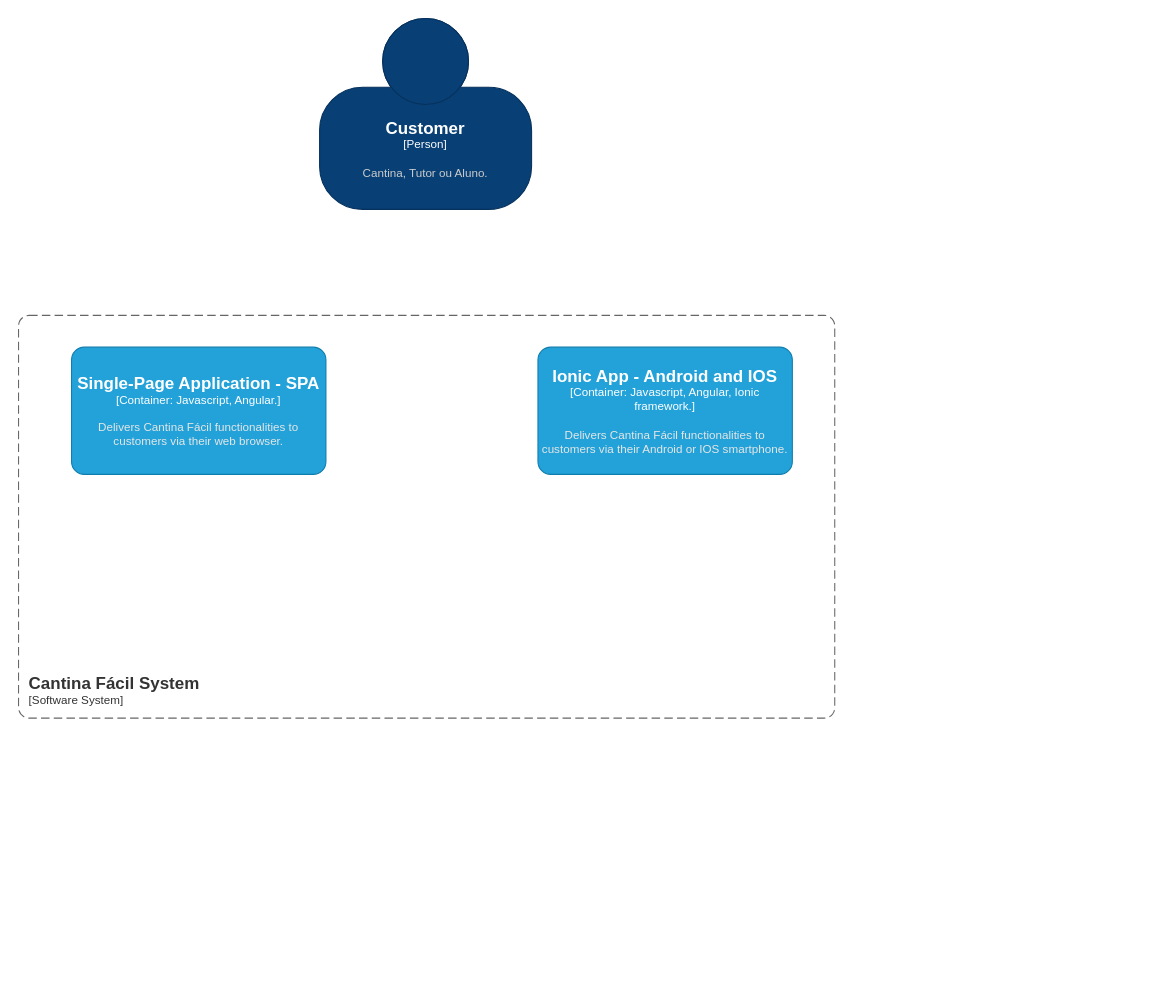
The draw.io diagram PI/c4-model.drawio in nilsondurval/Draw.IO, before the edit. Source tidied: cells renumbered, new cells numbered last; positions are measured from the earlier drawing's top-left corner, leaving out a move shared by most shapes. Both pictures are drawn from the tidied source at 106%, with x=0, y=0 at pixel (18, 18).
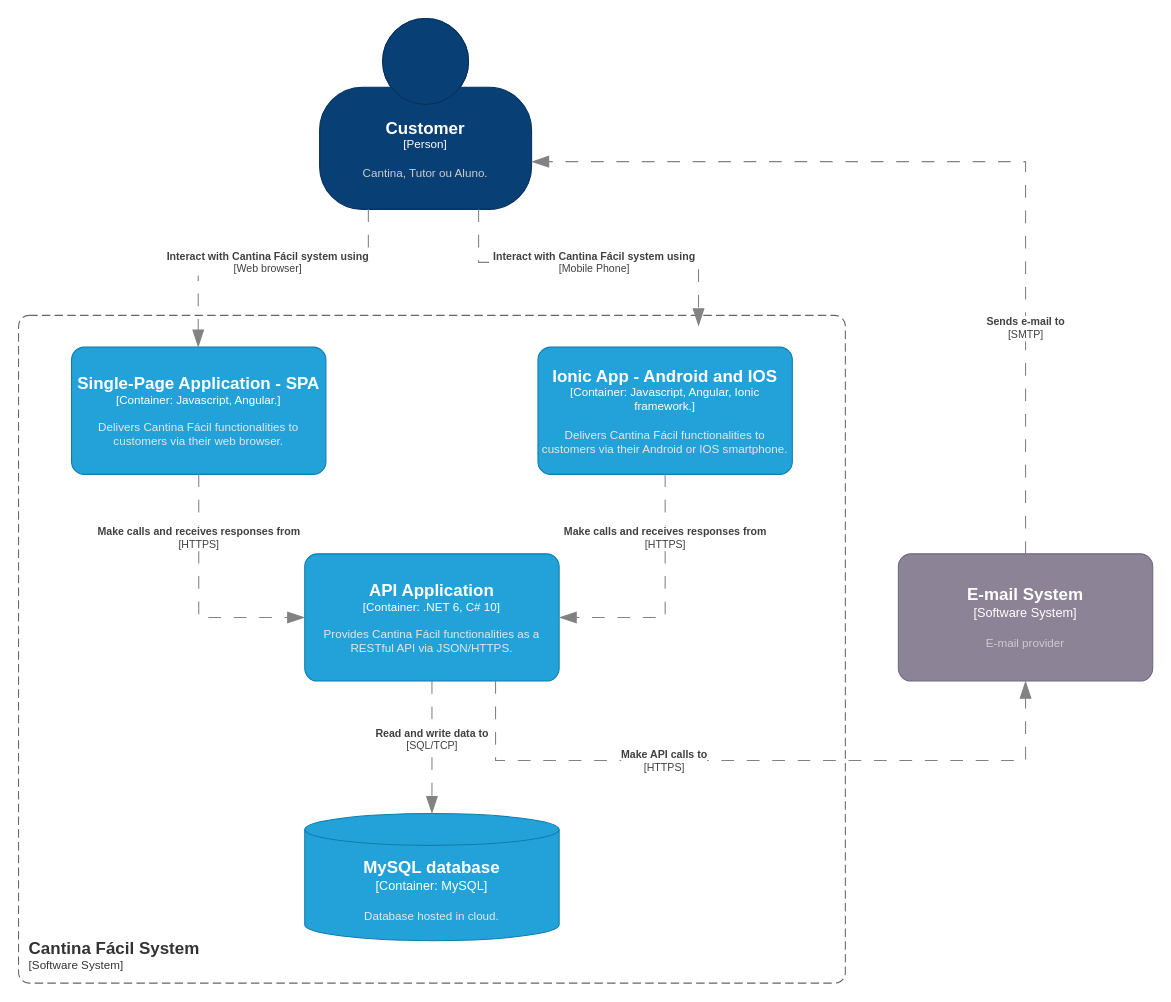
Above is the later version.

The change refers to these unchanged cells:
```xml
<object id="2" label="&lt;font style=&quot;font-size: 16px&quot;&gt;&lt;b&gt;%c4Name%&lt;/b&gt;&lt;/font&gt;&lt;div&gt;[%c4Type%]&lt;/div&gt;&lt;br&gt;&lt;div&gt;&lt;font style=&quot;font-size: 11px&quot;&gt;&lt;font color=&quot;#cccccc&quot;&gt;%c4Description%&lt;/font&gt;&lt;/div&gt;" c4Description="Cantina, Tutor ou Aluno." c4Name="Customer" c4Type="Person" placeholders="1">
  <mxCell style="html=1;fontSize=11;dashed=0;whiteSpace=wrap;fillColor=#083F75;strokeColor=#06315C;fontColor=#ffffff;shape=mxgraph.c4.person2;align=center;points=[[0.5,0,0],[1,0.5,0],[1,0.75,0],[0.75,1,0],[0.5,1,0],[0.25,1,0],[0,0.75,0],[0,0.5,0]];" parent="1" vertex="1">
    <mxGeometry x="284" width="200" height="180" as="geometry" />
  </mxCell>
</object>
<object id="4" label="&lt;font style=&quot;font-size: 16px&quot;&gt;&lt;b&gt;%c4Name%&lt;/b&gt;&lt;/font&gt;&lt;div&gt;[%c4Type%: %c4Technology%]&lt;/div&gt;&lt;br&gt;&lt;div&gt;&lt;font style=&quot;font-size: 11px&quot;&gt;&lt;font color=&quot;#E6E6E6&quot;&gt;%c4Description%&lt;/font&gt;&lt;/div&gt;" c4Description="Delivers Cantina Fácil functionalities to customers via their web browser." c4Name="Single-Page Application - SPA" c4Technology="Javascript, Angular." c4Type="Container" placeholders="1">
  <mxCell style="rounded=1;whiteSpace=wrap;html=1;fontSize=11;labelBackgroundColor=none;fillColor=#23A2D9;fontColor=#ffffff;align=center;arcSize=10;strokeColor=#0E7DAD;points=[[0.25,0,0],[0.5,0,0],[0.75,0,0],[1,0.25,0],[1,0.5,0],[1,0.75,0],[0.75,1,0],[0.5,1,0],[0.25,1,0],[0,0.75,0],[0,0.5,0],[0,0.25,0]];" parent="1" vertex="1">
    <mxGeometry x="50" y="310" width="240" height="120" as="geometry" />
  </mxCell>
</object>
<object id="5" label="&lt;font style=&quot;font-size: 16px&quot;&gt;&lt;b&gt;%c4Name%&lt;/b&gt;&lt;/font&gt;&lt;div&gt;[%c4Type%: %c4Technology%]&lt;/div&gt;&lt;br&gt;&lt;div&gt;&lt;font style=&quot;font-size: 11px&quot;&gt;&lt;font color=&quot;#E6E6E6&quot;&gt;%c4Description%&lt;/font&gt;&lt;/div&gt;" c4Description="Delivers Cantina Fácil functionalities to customers via their Android or IOS smartphone." c4Name="Ionic App - Android and IOS" c4Technology="Javascript, Angular, Ionic framework." c4Type="Container" placeholders="1">
  <mxCell style="rounded=1;whiteSpace=wrap;html=1;fontSize=11;labelBackgroundColor=none;fillColor=#23A2D9;fontColor=#ffffff;align=center;arcSize=10;strokeColor=#0E7DAD;points=[[0.25,0,0],[0.5,0,0],[0.75,0,0],[1,0.25,0],[1,0.5,0],[1,0.75,0],[0.75,1,0],[0.5,1,0],[0.25,1,0],[0,0.75,0],[0,0.5,0],[0,0.25,0]];" parent="1" vertex="1">
    <mxGeometry x="490" y="310" width="240" height="120" as="geometry" />
  </mxCell>
</object>
```

The edit, as a diff of the source:
```diff
@@
     <object id="3" label="&lt;font style=&quot;font-size: 16px&quot;&gt;&lt;b&gt;&lt;div style=&quot;text-align: left&quot;&gt;%c4Name%&lt;/div&gt;&lt;/b&gt;&lt;/font&gt;&lt;div style=&quot;text-align: left&quot;&gt;[%c4Application%]&lt;/div&gt;" c4Application="Software System" c4Name="Cantina Fácil System" placeholders="1">
       <mxCell style="rounded=1;fontSize=11;whiteSpace=wrap;html=1;dashed=1;arcSize=20;fillColor=none;strokeColor=#666666;fontColor=#333333;labelBackgroundColor=none;align=left;verticalAlign=bottom;labelBorderColor=none;spacingTop=0;spacing=10;dashPattern=8 4;perimeter=rectanglePerimeter;noLabel=0;labelPadding=0;absoluteArcSize=1;" parent="1" vertex="1">
-        <mxGeometry y="280" width="770" height="380" as="geometry" />
+        <mxGeometry y="280" width="780" height="630" as="geometry" />
       </mxCell>
     </object>
@@
+    <object id="6" label="&lt;font style=&quot;font-size: 16px&quot;&gt;&lt;b&gt;%c4Name%&lt;/b&gt;&lt;/font&gt;&lt;div&gt;[%c4Type%: %c4Technology%]&lt;/div&gt;&lt;br&gt;&lt;div&gt;&lt;font style=&quot;font-size: 11px&quot;&gt;&lt;font color=&quot;#E6E6E6&quot;&gt;%c4Description%&lt;/font&gt;&lt;/div&gt;" c4Description="Provides Cantina Fácil functionalities as a RESTful API via JSON/HTTPS." c4Name="API Application" c4Technology=".NET 6, C# 10" c4Type="Container" placeholders="1">
+      <mxCell style="rounded=1;whiteSpace=wrap;html=1;fontSize=11;labelBackgroundColor=none;fillColor=#23A2D9;fontColor=#ffffff;align=center;arcSize=10;strokeColor=#0E7DAD;points=[[0.25,0,0],[0.5,0,0],[0.75,0,0],[1,0.25,0],[1,0.5,0],[1,0.75,0],[0.75,1,0],[0.5,1,0],[0.25,1,0],[0,0.75,0],[0,0.5,0],[0,0.25,0]];" parent="1" vertex="1">
+        <mxGeometry x="270" y="505" width="240" height="120" as="geometry" />
+      </mxCell>
+    </object>
+    <object id="7" label="&lt;font style=&quot;font-size: 16px&quot;&gt;&lt;b&gt;%c4Type%&lt;/b&gt;&lt;/font&gt;&lt;div&gt;[%c4Container%:&amp;nbsp;%c4Technology%]&lt;/div&gt;&lt;br&gt;&lt;div&gt;&lt;font style=&quot;font-size: 11px&quot;&gt;&lt;font color=&quot;#E6E6E6&quot;&gt;%c4Description%&lt;/font&gt;&lt;/div&gt;" c4Container="Container" c4Description="Database hosted in cloud." c4Technology="MySQL" c4Type="MySQL database" placeholders="1">
+      <mxCell style="shape=cylinder3;size=15;whiteSpace=wrap;html=1;boundedLbl=1;rounded=0;labelBackgroundColor=none;fillColor=#23A2D9;fontSize=12;fontColor=#ffffff;align=center;strokeColor=#0E7DAD;points=[[0.5,0,0],[1,0.25,0],[1,0.5,0],[1,0.75,0],[0.5,1,0],[0,0.75,0],[0,0.5,0],[0,0.25,0]];" parent="1" vertex="1">
+        <mxGeometry x="270" y="750" width="240" height="120" as="geometry" />
+      </mxCell>
+    </object>
+    <object id="8" label="&lt;div style=&quot;text-align: left&quot;&gt;&lt;div style=&quot;text-align: center&quot;&gt;&lt;b&gt;%c4Description%&lt;/b&gt;&lt;/div&gt;&lt;div style=&quot;text-align: center&quot;&gt;[%c4Technology%]&lt;/div&gt;&lt;/div&gt;" c4Description="Interact with Cantina Fácil system using" c4Technology="Web browser" placeholders="1">
+      <mxCell style="endArrow=blockThin;html=1;fontSize=10;fontColor=#404040;strokeWidth=1;endFill=1;strokeColor=#828282;elbow=vertical;endSize=14;startSize=14;jumpStyle=arc;jumpSize=16;rounded=0;edgeStyle=orthogonalEdgeStyle;dashed=1;dashPattern=12 12;" parent="1" edge="1" source="2">
+        <mxGeometry relative="1" as="geometry">
+          <mxPoint x="169.5" y="310" as="targetPoint" />
+          <Array as="points">
+            <mxPoint x="330" y="230" />
+            <mxPoint x="170" y="230" />
+          </Array>
+        </mxGeometry>
+      </mxCell>
+    </object>
+    <object id="9" label="&lt;div style=&quot;text-align: left&quot;&gt;&lt;div style=&quot;text-align: center&quot;&gt;&lt;b&gt;%c4Description%&lt;/b&gt;&lt;/div&gt;&lt;div style=&quot;text-align: center&quot;&gt;[%c4Technology%]&lt;/div&gt;&lt;/div&gt;" c4Description="Interact with Cantina Fácil system using" c4Technology="Mobile Phone" placeholders="1">
+      <mxCell style="endArrow=blockThin;html=1;fontSize=10;fontColor=#404040;strokeWidth=1;endFill=1;strokeColor=#828282;elbow=vertical;endSize=14;startSize=14;jumpStyle=arc;jumpSize=16;rounded=0;edgeStyle=orthogonalEdgeStyle;dashed=1;dashPattern=12 12;exitX=0.75;exitY=1;exitDx=0;exitDy=0;exitPerimeter=0;" parent="1" edge="1" source="2">
+        <mxGeometry relative="1" as="geometry">
+          <mxPoint x="641.5" y="290" as="targetPoint" />
+          <Array as="points">
+            <mxPoint x="434" y="230" />
+            <mxPoint x="642" y="230" />
+          </Array>
+        </mxGeometry>
+      </mxCell>
+    </object>
+    <object id="10" label="&lt;div style=&quot;text-align: left&quot;&gt;&lt;div style=&quot;text-align: center&quot;&gt;&lt;b&gt;%c4Description%&lt;/b&gt;&lt;/div&gt;&lt;div style=&quot;text-align: center&quot;&gt;[%c4Technology%]&lt;/div&gt;&lt;/div&gt;" c4Description="Make calls and receives responses from" c4Technology="HTTPS" placeholders="1">
+      <mxCell style="endArrow=blockThin;html=1;fontSize=10;fontColor=#404040;strokeWidth=1;endFill=1;strokeColor=#828282;elbow=vertical;endSize=14;startSize=14;jumpStyle=arc;jumpSize=16;rounded=0;edgeStyle=orthogonalEdgeStyle;dashed=1;dashPattern=12 12;exitX=0.5;exitY=1;exitDx=0;exitDy=0;exitPerimeter=0;entryX=0;entryY=0.5;entryDx=0;entryDy=0;entryPerimeter=0;" parent="1" edge="1" source="4" target="6">
+        <mxGeometry x="-0.49" relative="1" as="geometry">
+          <Array as="points">
+            <mxPoint x="170" y="565" />
+          </Array>
+        </mxGeometry>
+      </mxCell>
+    </object>
+    <object id="11" label="&lt;div style=&quot;text-align: left&quot;&gt;&lt;div style=&quot;text-align: center&quot;&gt;&lt;b&gt;%c4Description%&lt;/b&gt;&lt;/div&gt;&lt;div style=&quot;text-align: center&quot;&gt;[%c4Technology%]&lt;/div&gt;&lt;/div&gt;" c4Description="Make calls and receives responses from" c4Technology="HTTPS" placeholders="1">
+      <mxCell style="endArrow=blockThin;html=1;fontSize=10;fontColor=#404040;strokeWidth=1;endFill=1;strokeColor=#828282;elbow=vertical;endSize=14;startSize=14;jumpStyle=arc;jumpSize=16;rounded=0;edgeStyle=orthogonalEdgeStyle;dashed=1;dashPattern=12 12;exitX=0.5;exitY=1;exitDx=0;exitDy=0;exitPerimeter=0;entryX=1;entryY=0.5;entryDx=0;entryDy=0;entryPerimeter=0;" parent="1" edge="1" source="5" target="6">
+        <mxGeometry x="-0.49" relative="1" as="geometry">
+          <Array as="points">
+            <mxPoint x="610" y="565" />
+          </Array>
+        </mxGeometry>
+      </mxCell>
+    </object>
+    <object id="12" label="&lt;div style=&quot;text-align: left&quot;&gt;&lt;div style=&quot;text-align: center&quot;&gt;&lt;b&gt;%c4Description%&lt;/b&gt;&lt;/div&gt;&lt;div style=&quot;text-align: center&quot;&gt;[%c4Technology%]&lt;/div&gt;&lt;/div&gt;" c4Description="Read and write data to" c4Technology="SQL/TCP" placeholders="1">
+      <mxCell style="endArrow=blockThin;html=1;fontSize=10;fontColor=#404040;strokeWidth=1;endFill=1;strokeColor=#828282;elbow=vertical;endSize=14;startSize=14;jumpStyle=arc;jumpSize=16;rounded=0;edgeStyle=orthogonalEdgeStyle;dashed=1;dashPattern=12 12;exitX=0.5;exitY=1;exitDx=0;exitDy=0;exitPerimeter=0;entryX=0.5;entryY=0;entryDx=0;entryDy=0;entryPerimeter=0;" parent="1" edge="1" source="6" target="7">
+        <mxGeometry x="-0.12" relative="1" as="geometry" />
+      </mxCell>
+    </object>
+    <object id="13" label="&lt;font style=&quot;font-size: 16px&quot;&gt;&lt;b&gt;%c4Name%&lt;/b&gt;&lt;/font&gt;&lt;div&gt;[%c4Type%]&lt;/div&gt;&lt;br&gt;&lt;div&gt;&lt;font style=&quot;font-size: 11px&quot;&gt;&lt;font color=&quot;#cccccc&quot;&gt;%c4Description%&lt;/font&gt;&lt;/div&gt;" c4Description="E-mail provider" c4Name="E-mail System" c4Type="Software System" placeholders="1">
+      <mxCell style="rounded=1;whiteSpace=wrap;html=1;labelBackgroundColor=none;fillColor=#8C8496;fontColor=#ffffff;align=center;arcSize=10;strokeColor=#736782;points=[[0.25,0,0],[0.5,0,0],[0.75,0,0],[1,0.25,0],[1,0.5,0],[1,0.75,0],[0.75,1,0],[0.5,1,0],[0.25,1,0],[0,0.75,0],[0,0.5,0],[0,0.25,0]];" parent="1" vertex="1">
+        <mxGeometry x="830" y="505" width="240" height="120" as="geometry" />
+      </mxCell>
+    </object>
+    <object id="14" label="&lt;div style=&quot;text-align: left&quot;&gt;&lt;div style=&quot;text-align: center&quot;&gt;&lt;b&gt;%c4Description%&lt;/b&gt;&lt;/div&gt;&lt;div style=&quot;text-align: center&quot;&gt;[%c4Technology%]&lt;/div&gt;&lt;/div&gt;" c4Description="Sends e-mail to" c4Technology="SMTP" placeholders="1">
+      <mxCell style="endArrow=blockThin;html=1;fontSize=10;fontColor=#404040;strokeWidth=1;endFill=1;strokeColor=#828282;elbow=vertical;endSize=14;startSize=14;jumpStyle=arc;jumpSize=16;rounded=0;edgeStyle=orthogonalEdgeStyle;dashed=1;dashPattern=12 12;entryX=1;entryY=0.75;entryDx=0;entryDy=0;entryPerimeter=0;exitX=0.5;exitY=0;exitDx=0;exitDy=0;exitPerimeter=0;" parent="1" edge="1" source="13" target="2">
+        <mxGeometry x="-0.49" relative="1" as="geometry">
+          <Array as="points">
+            <mxPoint x="950" y="135" />
+          </Array>
+        </mxGeometry>
+      </mxCell>
+    </object>
+    <object id="15" label="&lt;div style=&quot;text-align: left&quot;&gt;&lt;div style=&quot;text-align: center&quot;&gt;&lt;b&gt;%c4Description%&lt;/b&gt;&lt;/div&gt;&lt;div style=&quot;text-align: center&quot;&gt;[%c4Technology%]&lt;/div&gt;&lt;/div&gt;" c4Description="Make API calls to" c4Technology="HTTPS" placeholders="1">
+      <mxCell style="endArrow=blockThin;html=1;fontSize=10;fontColor=#404040;strokeWidth=1;endFill=1;strokeColor=#828282;elbow=vertical;endSize=14;startSize=14;jumpStyle=arc;jumpSize=16;rounded=0;edgeStyle=orthogonalEdgeStyle;dashed=1;dashPattern=12 12;exitX=0.75;exitY=1;exitDx=0;exitDy=0;exitPerimeter=0;entryX=0.5;entryY=1;entryDx=0;entryDy=0;entryPerimeter=0;" parent="1" edge="1" source="6" target="13">
+        <mxGeometry x="-0.28" relative="1" as="geometry">
+          <Array as="points">
+            <mxPoint x="450" y="700" />
+            <mxPoint x="950" y="700" />
+          </Array>
+        </mxGeometry>
+      </mxCell>
+    </object>
```
